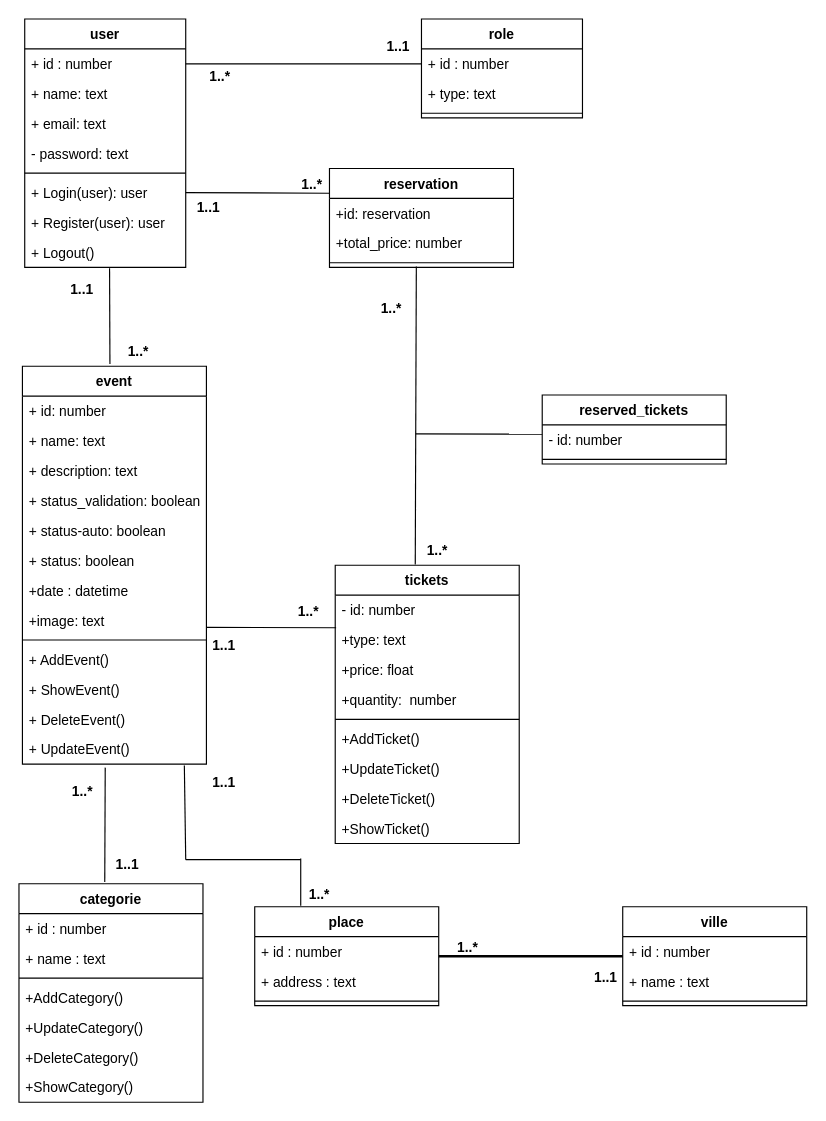
Above: page "Class Diagram" (1 of 2) of Evento/uml/classdiagram.drawio in SalBouhamidi/Evento (draw.io), before the change. Source tidied: cells renumbered, new cells numbered last; positions are measured from the earlier drawing's top-left corner, leaving out a move shared by most shapes. Both pictures are drawn from the tidied source at 115%, with x=0, y=0 at pixel (18, 18).
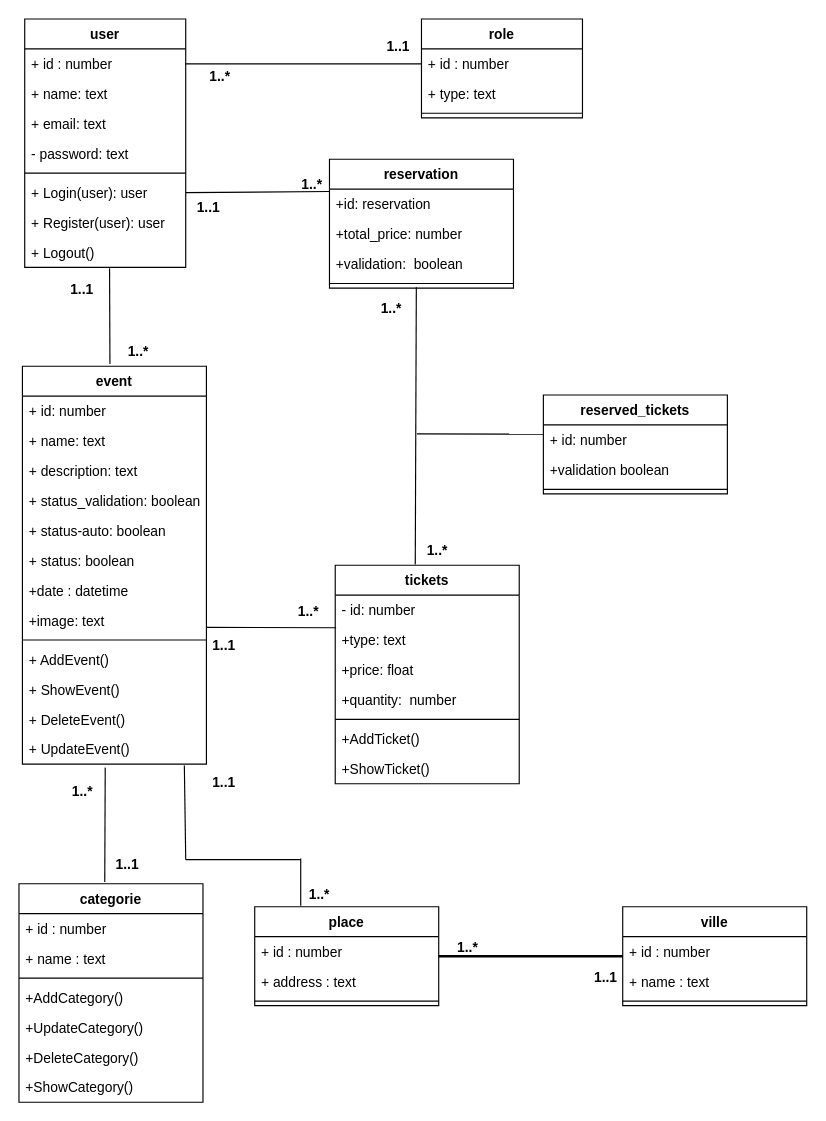
After the change.

What changed in the source:
```diff
@@
     <mxCell id="29" value="reserved_tickets" style="swimlane;fontStyle=1;align=center;verticalAlign=top;horizontal=1;startSize=26;" parent="1" vertex="1">
-      <mxGeometry x="455" y="327" width="160" height="60" as="geometry" />
+      <mxGeometry x="456" y="327" width="160" height="86" as="geometry" />
     </mxCell>
-    <mxCell id="30" value="- id: number" style="text;strokeColor=none;fillColor=none;align=left;verticalAlign=top;spacingLeft=4;spacingRight=4;overflow=hidden;" parent="29" vertex="1">
+    <mxCell id="30" value="+ id: number" style="text;strokeColor=none;fillColor=none;align=left;verticalAlign=top;spacingLeft=4;spacingRight=4;overflow=hidden;" parent="29" vertex="1">
       <mxGeometry y="26" width="160" height="26" as="geometry" />
     </mxCell>
+    <mxCell id="89" value="+validation boolean" style="text;strokeColor=none;fillColor=none;align=left;verticalAlign=top;spacingLeft=4;spacingRight=4;overflow=hidden;" parent="29" vertex="1">
+      <mxGeometry y="52" width="160" height="26" as="geometry" />
+    </mxCell>
@@
     <mxCell id="32" style="line;strokeWidth=1;fillColor=none;align=left;verticalAlign=middle;spacingTop=-1;spacingLeft=3;spacingRight=3;labelPosition=right;strokeColor=inherit;" parent="29" vertex="1">
-      <mxGeometry y="52" width="160" height="8" as="geometry" />
+      <mxGeometry y="78" width="160" height="8" as="geometry" />
     </mxCell>
@@
     <mxCell id="48" value="reservation" style="swimlane;fontStyle=1;align=center;verticalAlign=top;horizontal=1;startSize=26;" parent="1" vertex="1">
-      <mxGeometry x="270" y="130" width="160" height="86" as="geometry" />
+      <mxGeometry x="270" y="122" width="160" height="112" as="geometry" />
     </mxCell>
@@
+    <mxCell id="90" value="+validation:  boolean" style="text;strokeColor=none;fillColor=none;align=left;verticalAlign=top;spacingLeft=4;spacingRight=4;overflow=hidden;" parent="48" vertex="1">
+      <mxGeometry y="78" width="160" height="26" as="geometry" />
+    </mxCell>
     <mxCell id="51" style="line;strokeWidth=1;fillColor=none;align=left;verticalAlign=middle;spacingTop=-1;spacingLeft=3;spacingRight=3;labelPosition=right;points=[];portConstraint=eastwest;strokeColor=inherit;" parent="48" vertex="1">
-      <mxGeometry y="78" width="160" height="8" as="geometry" />
+      <mxGeometry y="104" width="160" height="8" as="geometry" />
     </mxCell>
@@
     <mxCell id="59" value="tickets" style="swimlane;fontStyle=1;align=center;verticalAlign=top;horizontal=1;startSize=26;" parent="1" vertex="1">
-      <mxGeometry x="275" y="475" width="160" height="242" as="geometry" />
+      <mxGeometry x="275" y="475" width="160" height="190" as="geometry" />
     </mxCell>
@@
-    <mxCell id="66" value="+UpdateTicket()" style="text;strokeColor=none;fillColor=none;align=left;verticalAlign=top;spacingLeft=4;spacingRight=4;overflow=hidden;" parent="59" vertex="1">
-      <mxGeometry y="164" width="160" height="26" as="geometry" />
-    </mxCell>
-    <mxCell id="67" value="+DeleteTicket()" style="text;strokeColor=none;fillColor=none;align=left;verticalAlign=top;spacingLeft=4;spacingRight=4;overflow=hidden;" parent="59" vertex="1">
-      <mxGeometry y="190" width="160" height="26" as="geometry" />
-    </mxCell>
     <mxCell id="68" value="+ShowTicket()" style="text;strokeColor=none;fillColor=none;align=left;verticalAlign=top;spacingLeft=4;spacingRight=4;overflow=hidden;" parent="59" vertex="1">
-      <mxGeometry y="216" width="160" height="26" as="geometry" />
+      <mxGeometry y="164" width="160" height="26" as="geometry" />
     </mxCell>
```
